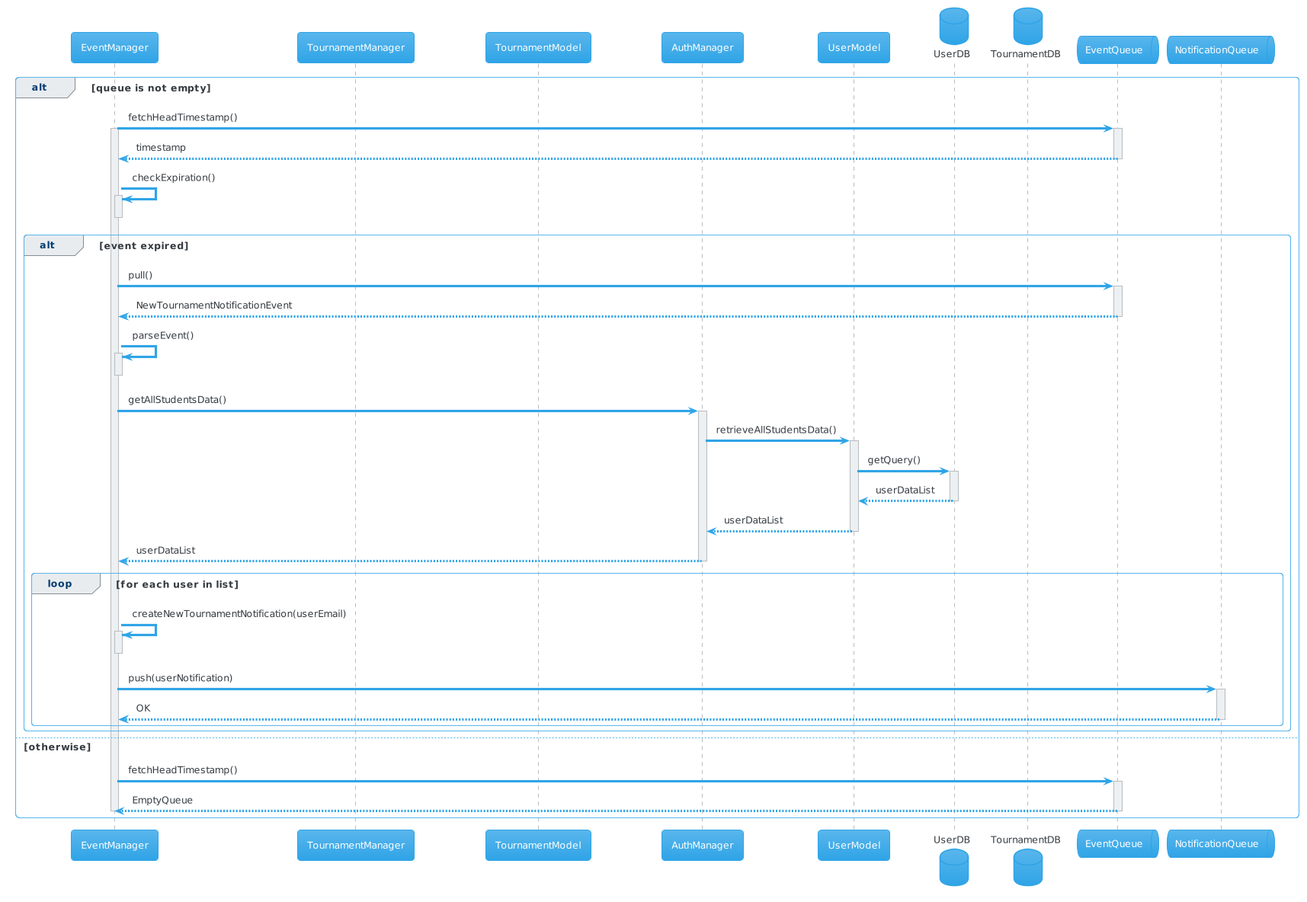
The PlantUML diagram DD/Diagrams/sequence/create_tournament_pull_notification.png in TommasoCapacci/SEII-2024-Capacci-Ginestroni, before a commit.
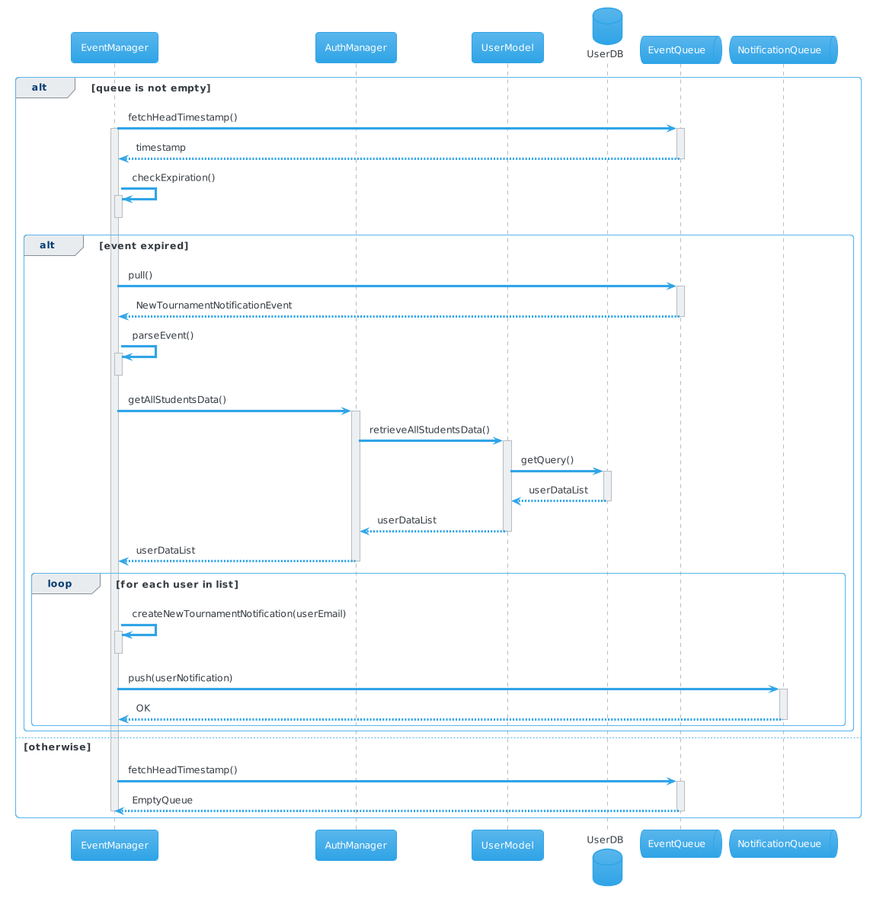
The same diagram one commit later.

Change to the diagram source:
```diff
@@ -1,12 +1,9 @@
 @startuml
 !theme cerulean
 participant EventManager as eventManager
-participant TournamentManager as tourManager
-participant TournamentModel as tourModel
 participant AuthManager as authManager
 participant UserModel as userModel
 database UserDB as userDB
-database TournamentDB as tourDB
 queue EventQueue as eventQueue
 queue NotificationQueue as notifQueue
 alt queue is not empty
```
